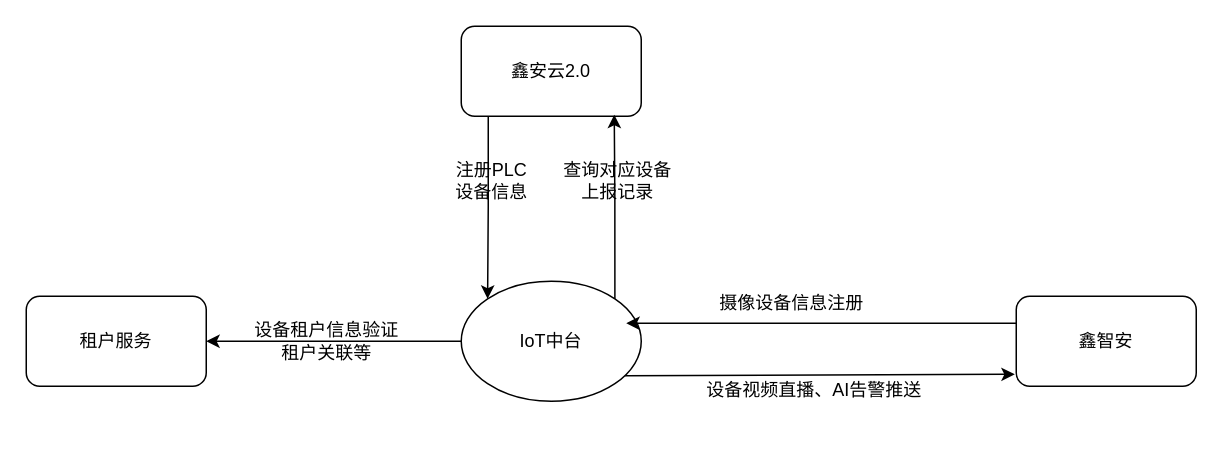
The draw.io diagram iot上下文调用图.drawio in Rain-ziyu/img, before the edit. Source tidied: cells renumbered, new cells numbered last; positions are measured from the earlier drawing's top-left corner, leaving out a move shared by most shapes. Both pictures are drawn from the tidied source at 150%, with x=0, y=0 at pixel (26, 26).
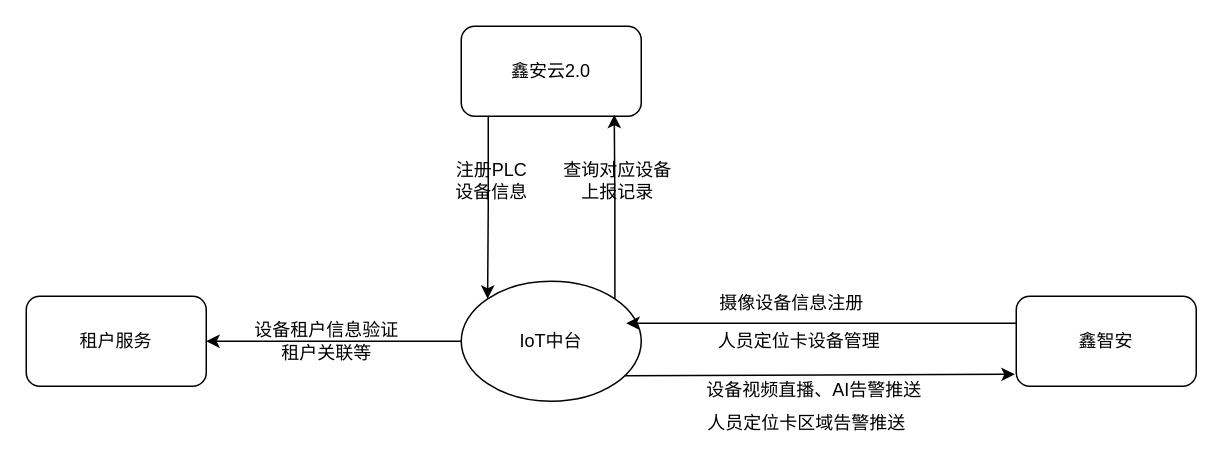
The same page after the edit.

Commit message:
更新iot上下文调用图.drawio

What changed in the source:
```diff
@@
+    <mxCell id="16" value="人员定位卡设备管理" style="text;html=1;align=center;verticalAlign=middle;strokeColor=none;fillColor=none;" parent="1" vertex="1">
+      <mxGeometry x="450" y="195" width="130" height="30" as="geometry" />
+    </mxCell>
+    <mxCell id="17" value="人员定位卡区域告警推送" style="text;html=1;align=center;verticalAlign=middle;strokeColor=none;fillColor=none;" parent="1" vertex="1">
+      <mxGeometry x="440" y="250" width="160" height="30" as="geometry" />
+    </mxCell>
```
